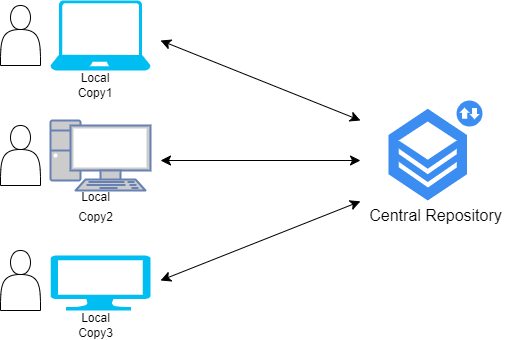
Earlier version of the draw.io export vcs/images/CVCS.png (saimanasak/git-and-github). Source tidied: cells renumbered, new cells last; positions are measured from the earlier drawing's top-left corner, leaving out a move shared by most shapes. Source of this version:
```xml
<mxGraphModel>
  <root>
    <mxCell id="0" />
    <mxCell id="1" parent="0" />
    <mxCell id="2" style="shape=actor;whiteSpace=wrap;html=1;" parent="1" vertex="1">
      <mxGeometry y="125" width="40" height="60" as="geometry" />
    </mxCell>
    <mxCell id="3" style="shape=actor;whiteSpace=wrap;html=1;" parent="1" vertex="1">
      <mxGeometry y="5" width="40" height="60" as="geometry" />
    </mxCell>
    <mxCell id="4" style="shape=actor;whiteSpace=wrap;html=1;" parent="1" vertex="1">
      <mxGeometry y="250" width="40" height="60" as="geometry" />
    </mxCell>
    <mxCell id="5" style="fontColor=#0066CC;verticalAlign=top;verticalLabelPosition=bottom;labelPosition=center;align=center;html=1;fillColor=#CCCCCC;strokeColor=#6881B3;gradientColor=none;gradientDirection=north;strokeWidth=2;shape=mxgraph.networks.pc;" parent="1" vertex="1">
      <mxGeometry x="50" y="120" width="100" height="70" as="geometry" />
    </mxCell>
    <mxCell id="6" style="verticalLabelPosition=bottom;html=1;verticalAlign=top;align=center;strokeColor=none;fillColor=#00BEF2;shape=mxgraph.azure.computer;" parent="1" vertex="1">
      <mxGeometry x="50" y="255" width="100" height="55" as="geometry" />
    </mxCell>
    <mxCell id="7" style="verticalLabelPosition=bottom;html=1;verticalAlign=top;align=center;strokeColor=none;fillColor=#00BEF2;shape=mxgraph.azure.laptop;" parent="1" vertex="1">
      <mxGeometry x="50" width="100" height="70" as="geometry" />
    </mxCell>
    <mxCell id="8" value="Local Copy1" style="text;html=1;align=center;verticalAlign=middle;whiteSpace=wrap;rounded=0;" parent="1" vertex="1">
      <mxGeometry x="65" y="70" width="60" height="30" as="geometry" />
    </mxCell>
    <mxCell id="9" value="&lt;span style=&quot;text-wrap: wrap;&quot;&gt;Local Copy3&lt;/span&gt;" style="text;html=1;align=center;verticalAlign=middle;strokeColor=none;fillColor=none;" parent="1" vertex="1">
      <mxGeometry x="50" y="310" width="90" height="30" as="geometry" />
    </mxCell>
    <mxCell id="10" style="sketch=0;html=1;strokeColor=none;shadow=0;fillColor=#3B8DF1;verticalAlign=top;labelPosition=center;verticalLabelPosition=bottom;shape=mxgraph.gcp2.repository_2;" parent="1" vertex="1">
      <mxGeometry x="388" y="100" width="94" height="100" as="geometry" />
    </mxCell>
    <mxCell id="11" value="&lt;span style=&quot;font-size: 12px; text-wrap: wrap;&quot;&gt;Local Copy2&lt;/span&gt;" style="text;html=1;align=center;verticalAlign=middle;strokeColor=none;fillColor=none;fontSize=16;" parent="1" vertex="1">
      <mxGeometry x="50" y="190" width="90" height="30" as="geometry" />
    </mxCell>
    <mxCell id="12" value="Central Repository" style="text;html=1;align=center;verticalAlign=middle;points=[];strokeColor=none;fillColor=none;fontSize=16;" parent="1" vertex="1">
      <mxGeometry x="355" y="200" width="160" height="30" as="geometry" />
    </mxCell>
    <mxCell id="13" style="endArrow=classic;startArrow=classic;html=1;rounded=0;fontSize=12;startSize=8;endSize=8;curved=1;" parent="1" edge="1">
      <mxGeometry relative="1" as="geometry">
        <mxPoint x="160" y="40" as="sourcePoint" />
        <mxPoint x="360" y="120" as="targetPoint" />
      </mxGeometry>
    </mxCell>
    <mxCell id="14" style="edgeStyle=none;orthogonalLoop=1;jettySize=auto;html=1;endArrow=classic;startArrow=classic;endSize=8;startSize=8;rounded=0;fontSize=12;curved=1;" parent="1" edge="1">
      <mxGeometry relative="1" as="geometry">
        <mxPoint x="160" y="160" as="sourcePoint" />
        <mxPoint x="360" y="160" as="targetPoint" />
      </mxGeometry>
    </mxCell>
    <mxCell id="15" style="endArrow=classic;startArrow=classic;html=1;rounded=0;fontSize=12;startSize=8;endSize=8;curved=1;entryX=0.031;entryY=0.027;entryDx=0;entryDy=0;entryPerimeter=0;" parent="1" edge="1" target="12">
      <mxGeometry relative="1" as="geometry">
        <mxPoint x="160" y="280" as="sourcePoint" />
      </mxGeometry>
    </mxCell>
  </root>
</mxGraphModel>
```
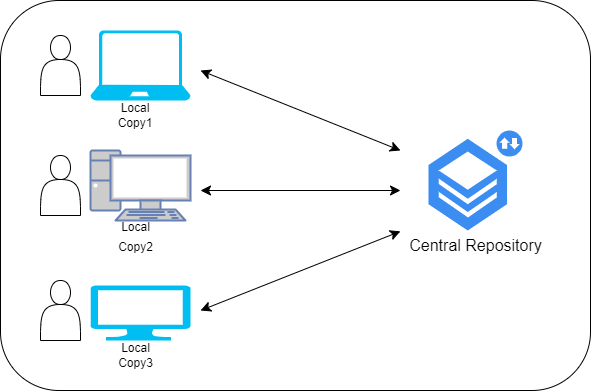
The same file after the commit.

The edit, as a diff of the source:
```diff
@@ -2,6 +2,9 @@
   <root>
     <mxCell id="0" />
     <mxCell id="1" parent="0" />
+    <mxCell id="16" style="rounded=1;whiteSpace=wrap;html=1;" parent="1" vertex="1">
+      <mxGeometry x="-40" y="-30" width="590" height="390" as="geometry" />
+    </mxCell>
     <mxCell id="2" style="shape=actor;whiteSpace=wrap;html=1;" parent="1" vertex="1">
       <mxGeometry y="125" width="40" height="60" as="geometry" />
     </mxCell>
```
